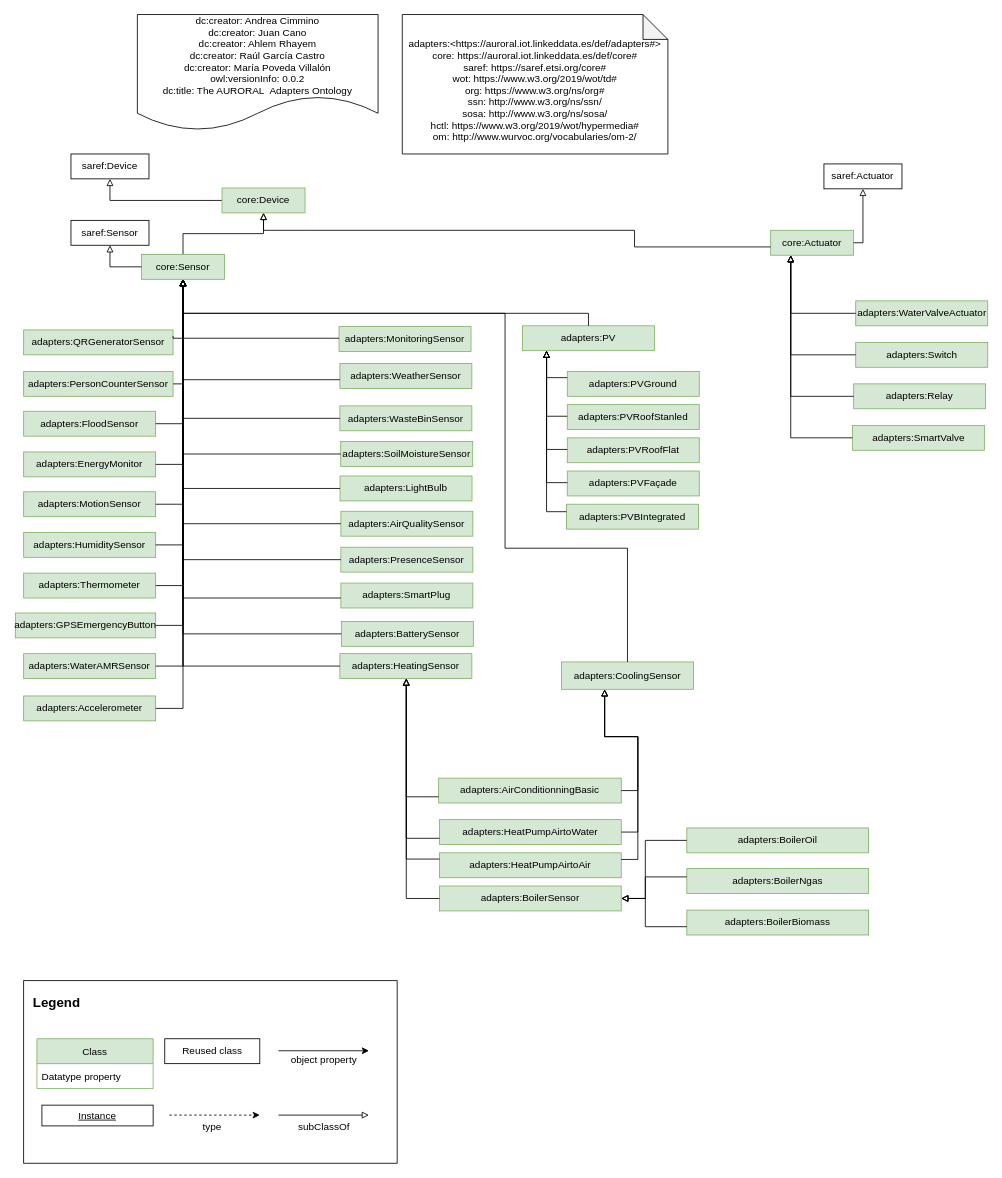
oeg-upm/auroral-adapters-ontology keeps this draw.io diagram as page "V2" (1 of 2) of Diagrams/Device-adapters.drawio. Above is the earlier version. Source tidied: cells renumbered, new cells numbered last; positions are measured from the earlier drawing's top-left corner, leaving out a move shared by most shapes. Both pictures are drawn from the tidied source at 83%, with x=0, y=0 at pixel (15, 14).
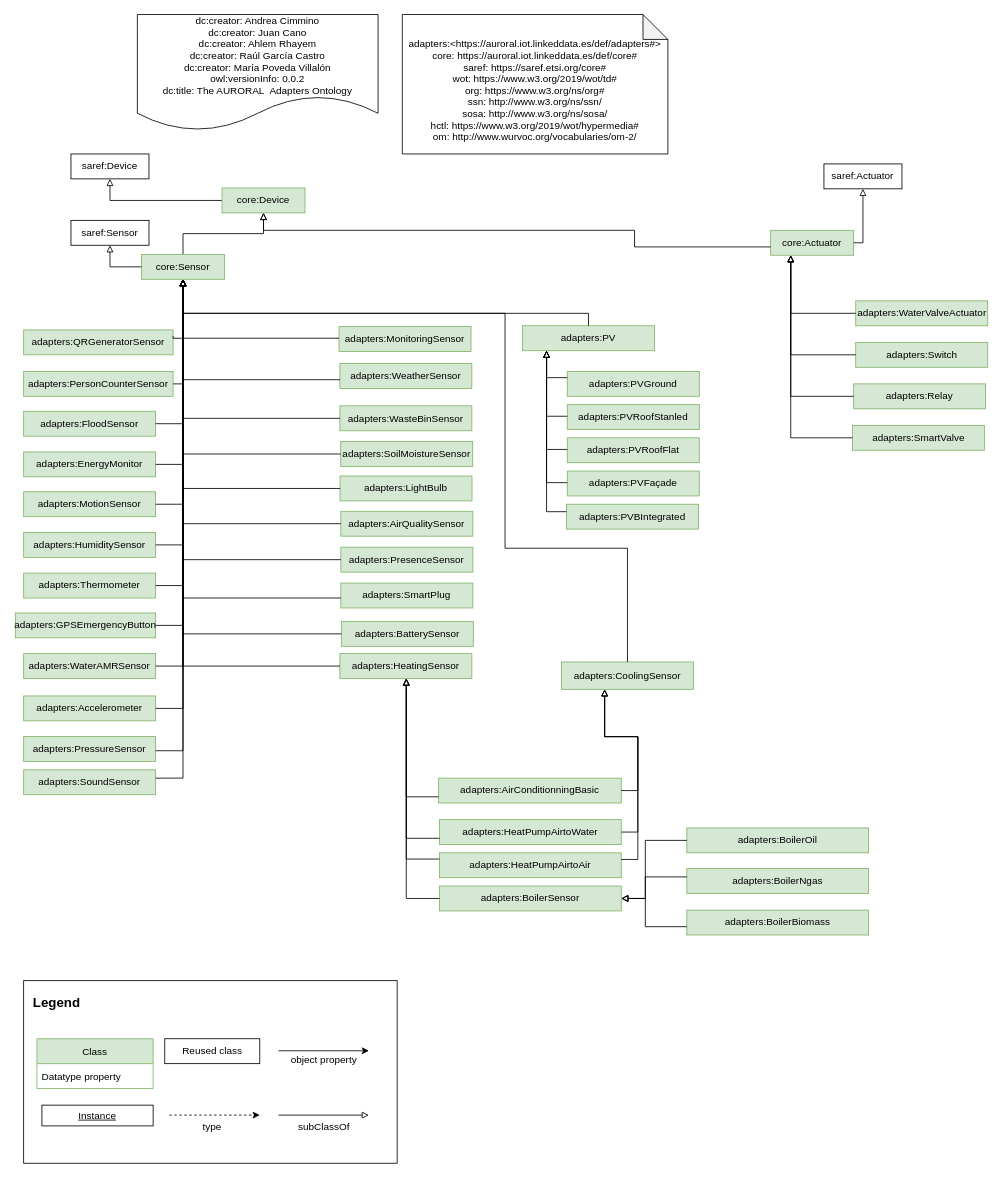
The same page after the edit.

The change refers to these unchanged cells:
```xml
<mxCell id="20" value="core:Sensor" style="rounded=0;whiteSpace=wrap;html=1;fillColor=#d5e8d4;strokeColor=#82b366;" parent="1" vertex="1">
  <mxGeometry x="152" y="289" width="100" height="30" as="geometry" />
</mxCell>
```

What changed in the source:
```diff
@@
+    <mxCell id="106" value="adapters:PressureSensor" style="rounded=0;whiteSpace=wrap;html=1;fillColor=#d5e8d4;strokeColor=#82b366;" parent="1" vertex="1">
+      <mxGeometry x="10" y="870" width="159" height="30" as="geometry" />
+    </mxCell>
+    <mxCell id="107" value="adapters:SoundSensor" style="rounded=0;whiteSpace=wrap;html=1;fillColor=#d5e8d4;strokeColor=#82b366;" parent="1" vertex="1">
+      <mxGeometry x="10" y="910" width="159" height="30" as="geometry" />
+    </mxCell>
+    <mxCell id="108" style="edgeStyle=orthogonalEdgeStyle;rounded=0;jettySize=auto;html=1;fontSize=11;endArrow=block;endFill=0;" parent="1" edge="1" source="106" target="20">
+      <mxGeometry relative="1" as="geometry">
+        <Array as="points">
+          <mxPoint x="202" y="887" />
+        </Array>
+      </mxGeometry>
+    </mxCell>
+    <mxCell id="109" style="edgeStyle=orthogonalEdgeStyle;rounded=0;jettySize=auto;html=1;fontSize=11;endArrow=block;endFill=0;" parent="1" edge="1" source="107" target="20">
+      <mxGeometry relative="1" as="geometry">
+        <Array as="points">
+          <mxPoint x="202" y="920" />
+        </Array>
+      </mxGeometry>
+    </mxCell>
```
